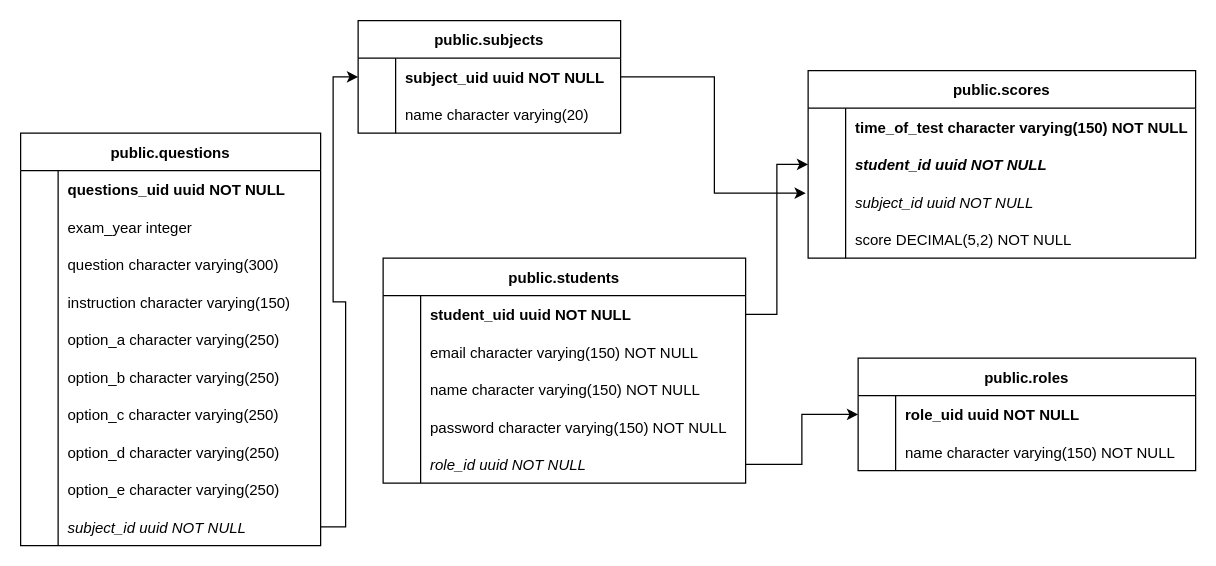
The draw.io diagram express-sqldb/src/utils/Untitled Diagram.drawio in UgegeDaniel/apis, before the edit. Source tidied: cells renumbered, new cells numbered last; positions are measured from the earlier drawing's top-left corner, leaving out a move shared by most shapes. Both pictures are drawn from the tidied source at 125%, with x=0, y=0 at pixel (20, 20).
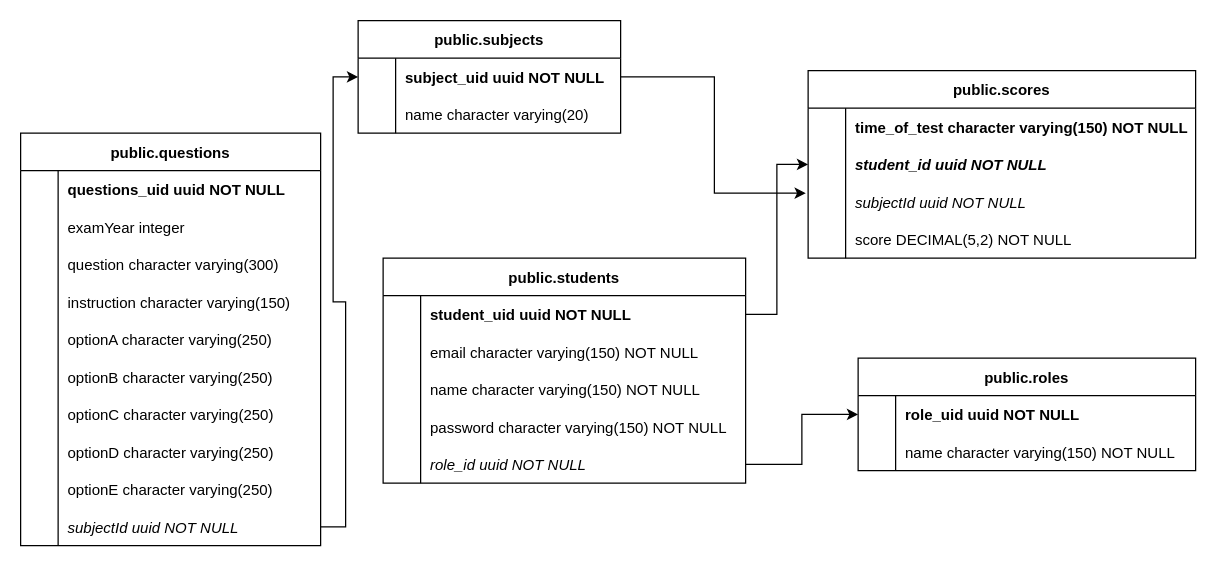
After the change.

Unchanged cells that the change refers to:
```xml
<mxCell id="6" style="shape=tableRow;horizontal=0;startSize=0;swimlaneHead=0;swimlaneBody=0;fillColor=none;strokeColor=inherit;top=0;left=0;right=0;bottom=0;" parent="2" vertex="1">
  <mxGeometry y="60" width="240" height="30" as="geometry" />
</mxCell>
<mxCell id="15" style="shape=tableRow;horizontal=0;startSize=0;swimlaneHead=0;swimlaneBody=0;fillColor=none;strokeColor=inherit;top=0;left=0;right=0;bottom=0;" parent="2" vertex="1">
  <mxGeometry y="150" width="240" height="30" as="geometry" />
</mxCell>
<mxCell id="18" style="shape=tableRow;horizontal=0;startSize=0;swimlaneHead=0;swimlaneBody=0;fillColor=none;strokeColor=inherit;top=0;left=0;right=0;bottom=0;" parent="2" vertex="1">
  <mxGeometry y="180" width="240" height="30" as="geometry" />
</mxCell>
<mxCell id="21" style="shape=tableRow;horizontal=0;startSize=0;swimlaneHead=0;swimlaneBody=0;fillColor=none;strokeColor=inherit;top=0;left=0;right=0;bottom=0;" parent="2" vertex="1">
  <mxGeometry y="210" width="240" height="30" as="geometry" />
</mxCell>
<mxCell id="24" style="shape=tableRow;horizontal=0;startSize=0;swimlaneHead=0;swimlaneBody=0;fillColor=none;strokeColor=inherit;top=0;left=0;right=0;bottom=0;" parent="2" vertex="1">
  <mxGeometry y="240" width="240" height="30" as="geometry" />
</mxCell>
<mxCell id="27" style="shape=tableRow;horizontal=0;startSize=0;swimlaneHead=0;swimlaneBody=0;fillColor=none;strokeColor=inherit;top=0;left=0;right=0;bottom=0;" parent="2" vertex="1">
  <mxGeometry y="270" width="240" height="30" as="geometry" />
</mxCell>
<mxCell id="30" style="shape=tableRow;horizontal=0;startSize=0;swimlaneHead=0;swimlaneBody=0;fillColor=none;points=[[0,0.5],[1,0.5]];portConstraint=eastwest;strokeColor=inherit;top=0;left=0;right=0;bottom=0;" parent="2" vertex="1">
  <mxGeometry y="300" width="240" height="30" as="geometry" />
</mxCell>
<mxCell id="56" style="shape=tableRow;horizontal=0;startSize=0;swimlaneHead=0;swimlaneBody=0;fillColor=none;points=[[0,0.5],[1,0.5]];portConstraint=eastwest;strokeColor=inherit;top=0;left=0;right=0;bottom=0;" parent="49" vertex="1">
  <mxGeometry y="90" width="310" height="30" as="geometry" />
</mxCell>
```

Change to the diagram source:
```diff
@@
-    <mxCell id="8" value="exam_year integer" style="shape=partialRectangle;overflow=hidden;fillColor=none;align=left;strokeColor=inherit;top=0;left=0;bottom=0;right=0;spacingLeft=6;" parent="6" vertex="1">
+    <mxCell id="8" value="examYear integer" style="shape=partialRectangle;overflow=hidden;fillColor=none;align=left;strokeColor=inherit;top=0;left=0;bottom=0;right=0;spacingLeft=6;" parent="6" vertex="1">
       <mxGeometry x="30" width="210" height="30" as="geometry" />
     </mxCell>
@@
-    <mxCell id="17" value="option_a character varying(250)" style="shape=partialRectangle;overflow=hidden;fillColor=none;align=left;strokeColor=inherit;top=0;left=0;bottom=0;right=0;spacingLeft=6;" parent="15" vertex="1">
+    <mxCell id="17" value="optionA character varying(250)" style="shape=partialRectangle;overflow=hidden;fillColor=none;align=left;strokeColor=inherit;top=0;left=0;bottom=0;right=0;spacingLeft=6;" parent="15" vertex="1">
       <mxGeometry x="30" width="210" height="30" as="geometry" />
     </mxCell>
@@
-    <mxCell id="20" value="option_b character varying(250)" style="shape=partialRectangle;overflow=hidden;fillColor=none;align=left;strokeColor=inherit;top=0;left=0;bottom=0;right=0;spacingLeft=6;" parent="18" vertex="1">
+    <mxCell id="20" value="optionB character varying(250)" style="shape=partialRectangle;overflow=hidden;fillColor=none;align=left;strokeColor=inherit;top=0;left=0;bottom=0;right=0;spacingLeft=6;" parent="18" vertex="1">
       <mxGeometry x="30" width="210" height="30" as="geometry" />
     </mxCell>
@@
-    <mxCell id="23" value="option_c character varying(250)" style="shape=partialRectangle;overflow=hidden;fillColor=none;align=left;strokeColor=inherit;top=0;left=0;bottom=0;right=0;spacingLeft=6;" parent="21" vertex="1">
+    <mxCell id="23" value="optionC character varying(250)" style="shape=partialRectangle;overflow=hidden;fillColor=none;align=left;strokeColor=inherit;top=0;left=0;bottom=0;right=0;spacingLeft=6;" parent="21" vertex="1">
       <mxGeometry x="30" width="210" height="30" as="geometry" />
     </mxCell>
@@
-    <mxCell id="26" value="option_d character varying(250)" style="shape=partialRectangle;overflow=hidden;fillColor=none;align=left;strokeColor=inherit;top=0;left=0;bottom=0;right=0;spacingLeft=6;" parent="24" vertex="1">
+    <mxCell id="26" value="optionD character varying(250)" style="shape=partialRectangle;overflow=hidden;fillColor=none;align=left;strokeColor=inherit;top=0;left=0;bottom=0;right=0;spacingLeft=6;" parent="24" vertex="1">
       <mxGeometry x="30" width="210" height="30" as="geometry" />
     </mxCell>
@@
-    <mxCell id="29" value="option_e character varying(250)" style="shape=partialRectangle;overflow=hidden;fillColor=none;align=left;strokeColor=inherit;top=0;left=0;bottom=0;right=0;spacingLeft=6;" parent="27" vertex="1">
+    <mxCell id="29" value="optionE character varying(250)" style="shape=partialRectangle;overflow=hidden;fillColor=none;align=left;strokeColor=inherit;top=0;left=0;bottom=0;right=0;spacingLeft=6;" parent="27" vertex="1">
       <mxGeometry x="30" width="210" height="30" as="geometry" />
     </mxCell>
@@
-    <mxCell id="32" value="subject_id uuid NOT NULL" style="shape=partialRectangle;overflow=hidden;fillColor=none;align=left;strokeColor=inherit;top=0;left=0;bottom=0;right=0;spacingLeft=6;fontStyle=2;" parent="30" vertex="1">
+    <mxCell id="32" value="subjectId uuid NOT NULL" style="shape=partialRectangle;overflow=hidden;fillColor=none;align=left;strokeColor=inherit;top=0;left=0;bottom=0;right=0;spacingLeft=6;fontStyle=2;" parent="30" vertex="1">
       <mxGeometry x="30" width="210" height="30" as="geometry" />
     </mxCell>
@@
-    <mxCell id="58" value="subject_id uuid NOT NULL" style="shape=partialRectangle;overflow=hidden;fillColor=none;align=left;strokeColor=inherit;top=0;left=0;bottom=0;right=0;spacingLeft=6;fontStyle=2;" parent="56" vertex="1">
+    <mxCell id="58" value="subjectId uuid NOT NULL" style="shape=partialRectangle;overflow=hidden;fillColor=none;align=left;strokeColor=inherit;top=0;left=0;bottom=0;right=0;spacingLeft=6;fontStyle=2;" parent="56" vertex="1">
       <mxGeometry x="30" width="280" height="30" as="geometry" />
     </mxCell>
```
